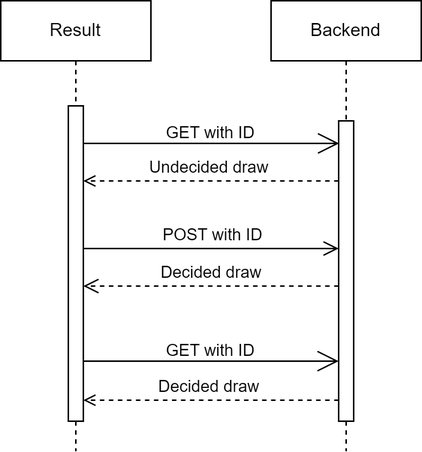
Above: diagrams/result-sequence.drawio.png in Shloyem/random-picker-fe (draw.io), before the change. Source tidied: cells renumbered, new cells last; positions are measured from the earlier drawing's top-left corner, leaving out a move shared by most shapes.
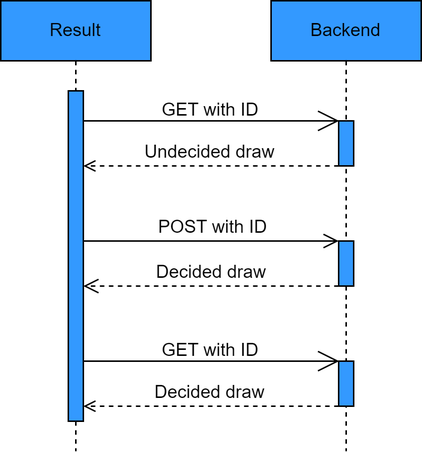
The same file after the commit.

Commit message:
Improve Sequence Diagram for Result

Diff of the diagram source:
```diff
@@ -2,19 +2,39 @@
   <root>
     <mxCell id="0" />
     <mxCell id="1" parent="0" />
-    <mxCell id="2" value="Result" style="shape=umlLifeline;perimeter=lifelinePerimeter;whiteSpace=wrap;html=1;newEdgeStyle={&quot;edgeStyle&quot;:&quot;elbowEdgeStyle&quot;,&quot;elbow&quot;:&quot;vertical&quot;,&quot;curved&quot;:0,&quot;rounded&quot;:0};" parent="1" vertex="1">
+    <mxCell id="2" value="Result" style="shape=umlLifeline;perimeter=lifelinePerimeter;whiteSpace=wrap;html=1;newEdgeStyle={&quot;edgeStyle&quot;:&quot;elbowEdgeStyle&quot;,&quot;elbow&quot;:&quot;vertical&quot;,&quot;curved&quot;:0,&quot;rounded&quot;:0};fontSize=12;fillColor=#3399FF;" parent="1" vertex="1">
       <mxGeometry width="100" height="300" as="geometry" />
     </mxCell>
-    <mxCell id="3" style="html=1;points=[];perimeter=orthogonalPerimeter;outlineConnect=0;targetShapes=umlLifeline;portConstraint=eastwest;newEdgeStyle={&quot;edgeStyle&quot;:&quot;elbowEdgeStyle&quot;,&quot;elbow&quot;:&quot;vertical&quot;,&quot;curved&quot;:0,&quot;rounded&quot;:0};" parent="2" vertex="1">
-      <mxGeometry x="45" y="70" width="10" height="210" as="geometry" />
+    <mxCell id="3" style="html=1;points=[];perimeter=orthogonalPerimeter;outlineConnect=0;targetShapes=umlLifeline;portConstraint=eastwest;newEdgeStyle={&quot;edgeStyle&quot;:&quot;elbowEdgeStyle&quot;,&quot;elbow&quot;:&quot;vertical&quot;,&quot;curved&quot;:0,&quot;rounded&quot;:0};fontSize=12;fillColor=#3399FF;" parent="2" vertex="1">
+      <mxGeometry x="45" y="60" width="10" height="220" as="geometry" />
     </mxCell>
-    <mxCell id="4" value="Backend" style="shape=umlLifeline;perimeter=lifelinePerimeter;whiteSpace=wrap;html=1;newEdgeStyle={&quot;edgeStyle&quot;:&quot;elbowEdgeStyle&quot;,&quot;elbow&quot;:&quot;vertical&quot;,&quot;curved&quot;:0,&quot;rounded&quot;:0};" parent="1" vertex="1">
+    <mxCell id="4" value="Backend" style="shape=umlLifeline;perimeter=lifelinePerimeter;whiteSpace=wrap;html=1;newEdgeStyle={&quot;edgeStyle&quot;:&quot;elbowEdgeStyle&quot;,&quot;elbow&quot;:&quot;vertical&quot;,&quot;curved&quot;:0,&quot;rounded&quot;:0};fontSize=12;strokeColor=#000000;fillColor=#3399FF;" parent="1" vertex="1">
       <mxGeometry x="180" width="100" height="300" as="geometry" />
     </mxCell>
-    <mxCell id="5" style="html=1;points=[];perimeter=orthogonalPerimeter;outlineConnect=0;targetShapes=umlLifeline;portConstraint=eastwest;newEdgeStyle={&quot;edgeStyle&quot;:&quot;elbowEdgeStyle&quot;,&quot;elbow&quot;:&quot;vertical&quot;,&quot;curved&quot;:0,&quot;rounded&quot;:0};" parent="4" vertex="1">
-      <mxGeometry x="45" y="80" width="10" height="200" as="geometry" />
+    <mxCell id="5" style="html=1;points=[];perimeter=orthogonalPerimeter;outlineConnect=0;targetShapes=umlLifeline;portConstraint=eastwest;newEdgeStyle={&quot;edgeStyle&quot;:&quot;elbowEdgeStyle&quot;,&quot;elbow&quot;:&quot;vertical&quot;,&quot;curved&quot;:0,&quot;rounded&quot;:0};fontSize=12;fillColor=#3399FF;" parent="4" vertex="1">
+      <mxGeometry x="45" y="80" width="10" height="30" as="geometry" />
     </mxCell>
+    <mxCell id="12" style="html=1;perimeter=orthogonalPerimeter;targetShapes=umlLifeline;newEdgeStyle={&quot;edgeStyle&quot;:&quot;elbowEdgeStyle&quot;,&quot;elbow&quot;:&quot;vertical&quot;,&quot;curved&quot;:0,&quot;rounded&quot;:0};fontSize=12;fillColor=#3399FF;" parent="4" vertex="1">
+      <mxGeometry x="45" y="160" width="10" height="30" as="geometry" />
+    </mxCell>
+    <mxCell id="13" style="html=1;points=[];perimeter=orthogonalPerimeter;outlineConnect=0;targetShapes=umlLifeline;portConstraint=eastwest;newEdgeStyle={&quot;edgeStyle&quot;:&quot;elbowEdgeStyle&quot;,&quot;elbow&quot;:&quot;vertical&quot;,&quot;curved&quot;:0,&quot;rounded&quot;:0};fontSize=12;fillColor=#3399FF;" parent="4" vertex="1">
+      <mxGeometry x="45" y="240" width="10" height="30" as="geometry" />
+    </mxCell>
+    <mxCell id="10" value="Decided draw" style="verticalAlign=bottom;endArrow=open;edgeStyle=elbowEdgeStyle;elbow=vertical;curved=0;rounded=0;dashed=1;endFill=0;fontSize=12;" parent="4" edge="1" source="13">
+      <mxGeometry x="0.01" relative="1" as="geometry">
+        <mxPoint x="-125" y="270" as="targetPoint" />
+        <Array as="points">
+          <mxPoint x="-30" y="270" />
+        </Array>
+      </mxGeometry>
+    </mxCell>
+    <mxCell id="11" value="GET with ID" style="endArrow=open;endFill=1;endSize=12;rounded=0;entryX=0.033;entryY=0.075;entryDx=0;entryDy=0;entryPerimeter=0;verticalAlign=bottom;labelBackgroundColor=none;fontSize=12;spacing=0;" parent="4" edge="1">
+      <mxGeometry relative="1" as="geometry">
+        <mxPoint x="-125" y="240" as="sourcePoint" />
+        <mxPoint x="45.3" y="240" as="targetPoint" />
+      </mxGeometry>
+    </mxCell>
-    <mxCell id="6" value="Decided draw" style="html=1;verticalAlign=bottom;endArrow=open;dashed=1;endSize=8;edgeStyle=elbowEdgeStyle;elbow=vertical;curved=0;rounded=0;" parent="1" edge="1">
+    <mxCell id="6" value="Decided draw" style="html=1;verticalAlign=bottom;endArrow=open;dashed=1;endSize=8;edgeStyle=elbowEdgeStyle;elbow=vertical;curved=0;rounded=0;fontSize=12;" parent="1" edge="1">
       <mxGeometry relative="1" as="geometry">
         <mxPoint x="225" y="190" as="sourcePoint" />
         <mxPoint x="55" y="190" as="targetPoint" />
@@ -23,38 +43,29 @@
         </Array>
       </mxGeometry>
     </mxCell>
-    <mxCell id="7" value="Undecided draw" style="verticalAlign=bottom;endArrow=open;edgeStyle=elbowEdgeStyle;elbow=vertical;curved=0;rounded=0;dashed=1;endFill=0;" parent="1" edge="1" source="5" target="3">
+    <mxCell id="7" value="Undecided draw" style="verticalAlign=bottom;endArrow=open;edgeStyle=elbowEdgeStyle;elbow=vertical;curved=0;rounded=0;dashed=1;endFill=0;fontSize=12;" parent="1" edge="1">
       <mxGeometry x="0.01" relative="1" as="geometry">
+        <mxPoint x="225" y="110" as="sourcePoint" />
+        <mxPoint x="55" y="110" as="targetPoint" />
         <Array as="points">
-          <mxPoint x="150" y="120" />
+          <mxPoint x="150" y="110" />
         </Array>
       </mxGeometry>
     </mxCell>
-    <mxCell id="8" value="POST with ID" style="html=1;verticalAlign=bottom;endArrow=open;endSize=8;edgeStyle=elbowEdgeStyle;elbow=vertical;curved=0;rounded=0;" parent="1" edge="1">
+    <mxCell id="8" value="POST with ID" style="html=1;verticalAlign=bottom;endArrow=open;endSize=8;edgeStyle=elbowEdgeStyle;elbow=vertical;curved=0;rounded=0;fontSize=12;" parent="1" edge="1">
       <mxGeometry x="0.01" relative="1" as="geometry">
-        <mxPoint x="55" y="165" as="sourcePoint" />
-        <mxPoint x="225" y="165" as="targetPoint" />
+        <mxPoint x="55" y="160" as="sourcePoint" />
+        <mxPoint x="225" y="160" as="targetPoint" />
         <Array as="points">
-          <mxPoint x="140" y="165" />
+          <mxPoint x="140" y="160" />
         </Array>
       </mxGeometry>
     </mxCell>
-    <mxCell id="9" value="GET with ID" style="endArrow=open;endFill=1;endSize=12;rounded=0;entryX=0.033;entryY=0.075;entryDx=0;entryDy=0;entryPerimeter=0;verticalAlign=bottom;labelBackgroundColor=none;fontSize=11;spacing=0;" parent="1" edge="1" source="3" target="5">
-      <mxGeometry relative="1" as="geometry" />
+    <mxCell id="9" value="GET with ID" style="endArrow=open;endFill=1;endSize=12;rounded=0;entryX=0.033;entryY=0.075;entryDx=0;entryDy=0;entryPerimeter=0;verticalAlign=bottom;labelBackgroundColor=none;fontSize=12;spacing=0;" parent="1" edge="1">
+      <mxGeometry relative="1" as="geometry">
+        <mxPoint x="55" y="80" as="sourcePoint" />
+        <mxPoint x="225.3" y="80" as="targetPoint" />
+      </mxGeometry>
     </mxCell>
-    <mxCell id="10" value="Decided draw" style="verticalAlign=bottom;endArrow=open;edgeStyle=elbowEdgeStyle;elbow=vertical;curved=0;rounded=0;dashed=1;endFill=0;" parent="1" edge="1" target="3">
-      <mxGeometry x="0.01" relative="1" as="geometry">
-        <mxPoint x="225" y="266" as="sourcePoint" />
-        <Array as="points">
-          <mxPoint x="150" y="266" />
-        </Array>
-      </mxGeometry>
-    </mxCell>
-    <mxCell id="11" value="GET with ID" style="endArrow=open;endFill=1;endSize=12;rounded=0;entryX=0.033;entryY=0.075;entryDx=0;entryDy=0;entryPerimeter=0;verticalAlign=bottom;labelBackgroundColor=none;fontSize=11;spacing=0;" parent="1" edge="1">
-      <mxGeometry relative="1" as="geometry">
-        <mxPoint x="55" y="240" as="sourcePoint" />
-        <mxPoint x="225" y="240" as="targetPoint" />
-      </mxGeometry>
-    </mxCell>
   </root>
 </mxGraphModel>
```
